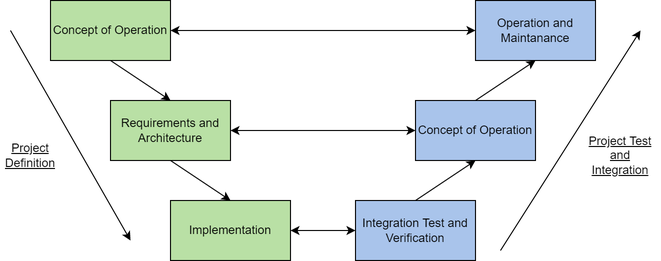
The draw.io diagram img/V-Model.png in Beomar97/path-planning-docs, before a commit. Source tidied: cells renumbered, new cells last; positions are measured from the earlier drawing's top-left corner, leaving out a move shared by most shapes.
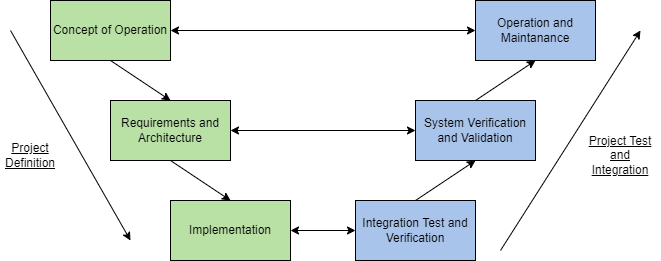
Above is the later version.

Change to the diagram source:
```diff
@@ -14,7 +14,7 @@
     <mxCell id="5" value="Integration Test and Verification&lt;span style=&quot;color: rgba(0, 0, 0, 0); font-family: monospace; font-size: 0px; text-align: start;&quot;&gt;%3CmxGraphModel%3E%3Croot%3E%3CmxCell%20id%3D%220%22%2F%3E%3CmxCell%20id%3D%221%22%20parent%3D%220%22%2F%3E%3CmxCell%20id%3D%222%22%20value%3D%22Concept%20of%20Operation%22%20style%3D%22rounded%3D0%3BwhiteSpace%3Dwrap%3Bhtml%3D1%3B%22%20vertex%3D%221%22%20parent%3D%221%22%3E%3CmxGeometry%20x%3D%2270%22%20y%3D%2270%22%20width%3D%22120%22%20height%3D%2260%22%20as%3D%22geometry%22%2F%3E%3C%2FmxCell%3E%3C%2Froot%3E%3C%2FmxGraphModel%3E&lt;/span&gt;" style="rounded=0;whiteSpace=wrap;html=1;fillColor=#A9C4EB;" parent="1" vertex="1">
       <mxGeometry x="355" y="200" width="120" height="60" as="geometry" />
     </mxCell>
-    <mxCell id="6" value="Concept of Operation" style="rounded=0;whiteSpace=wrap;html=1;fillColor=#A9C4EB;" parent="1" vertex="1">
+    <mxCell id="6" value="System Verification and Validation" style="rounded=0;whiteSpace=wrap;html=1;fillColor=#A9C4EB;" parent="1" vertex="1">
       <mxGeometry x="415" y="100" width="120" height="60" as="geometry" />
     </mxCell>
     <mxCell id="7" value="Operation and Maintanance" style="rounded=0;whiteSpace=wrap;html=1;fillColor=#A9C4EB;" parent="1" vertex="1">
```
